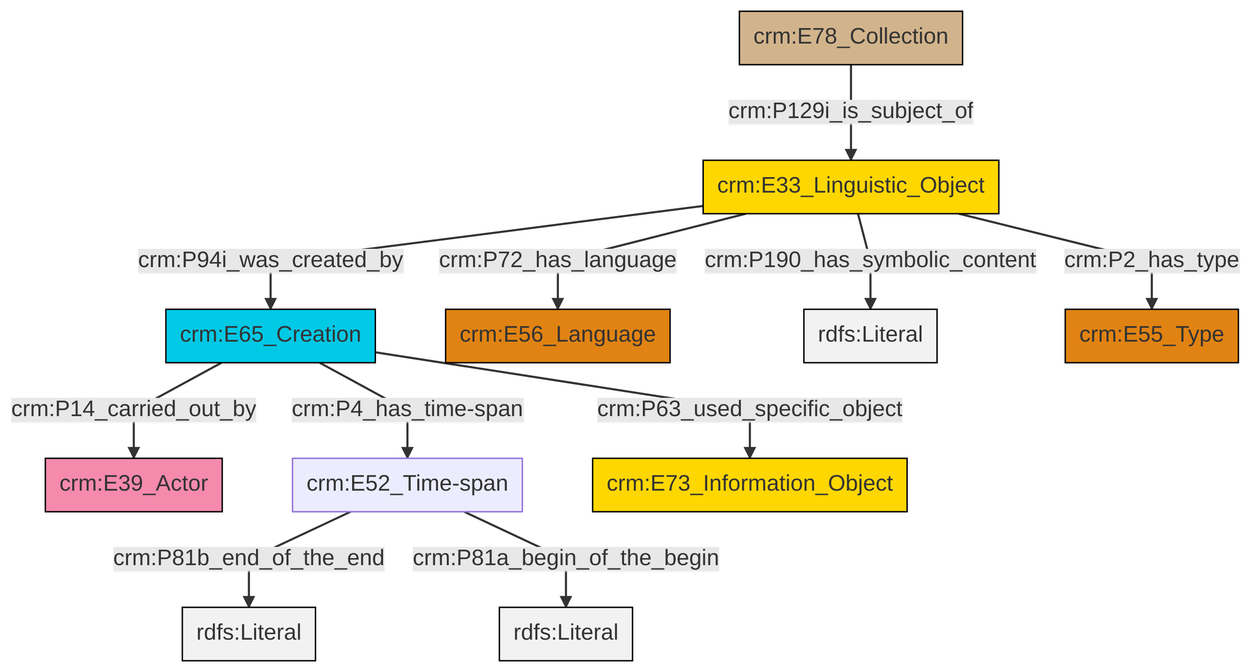
Earlier version of the Mermaid export et/archivalCSV/ttl/mmd/png/archival_desc.png (swiss-art-research-net/docs.swissartresearch). Its source is kept beside it as et/archivalCSV/ttl/mmd/archival_desc.ttl.mmd. The source it was exported from:
```mermaid
graph TD
classDef Literal fill:#f2f2f2,stroke:#000000;
classDef CRM_Entity fill:#FFFFFF,stroke:#000000;
classDef Temporal_Entity fill:#00C9E6, stroke:#000000;
classDef Type fill:#E18312, stroke:#000000;
classDef Time-Span fill:#2C9C91, stroke:#000000;
classDef Appellation fill:#FFEB7F, stroke:#000000;
classDef Place fill:#008836, stroke:#000000;
classDef Persistent_Item fill:#B266B2, stroke:#000000;
classDef Conceptual_Object fill:#FFD700, stroke:#000000;
classDef Physical_Thing fill:#D2B48C, stroke:#000000;
classDef Actor fill:#f58aad, stroke:#000000;
classDef PC_Classes fill:#4ce600, stroke:#000000;
classDef Multi fill:#cccccc,stroke:#000000;

2["crm:E65_Creation"]:::Temporal_Entity -->|crm:P14_carried_out_by| 3["crm:E39_Actor"]:::Actor
0["crm:E33_Linguistic_Object"]:::Conceptual_Object -->|crm:P190_has_symbolic_content| 6[rdfs:Literal]:::Literal
2["crm:E65_Creation"]:::Temporal_Entity -->|crm:P4_has_time-span| 7["crm:E52_Time-span"]:::Default
2["crm:E65_Creation"]:::Temporal_Entity -->|crm:P63_used_specific_object| 8["crm:E73_Information_Object"]:::Conceptual_Object
7["crm:E52_Time-span"]:::Default -->|crm:P81b_end_of_the_end| 11[rdfs:Literal]:::Literal
0["crm:E33_Linguistic_Object"]:::Conceptual_Object -->|crm:P94i_was_created_by| 2["crm:E65_Creation"]:::Temporal_Entity
7["crm:E52_Time-span"]:::Default -->|crm:P81a_begin_of_the_begin| 13[rdfs:Literal]:::Literal
0["crm:E33_Linguistic_Object"]:::Conceptual_Object -->|crm:P2_has_type| 9["crm:E55_Type"]:::Type
0["crm:E33_Linguistic_Object"]:::Conceptual_Object -->|crm:P72_has_language| 4["crm:E56_Language"]:::Type
15["crm:E78_Collection"]:::Physical_Thing -->|crm:P129i_is_subject_of| 0["crm:E33_Linguistic_Object"]:::Conceptual_Object
```
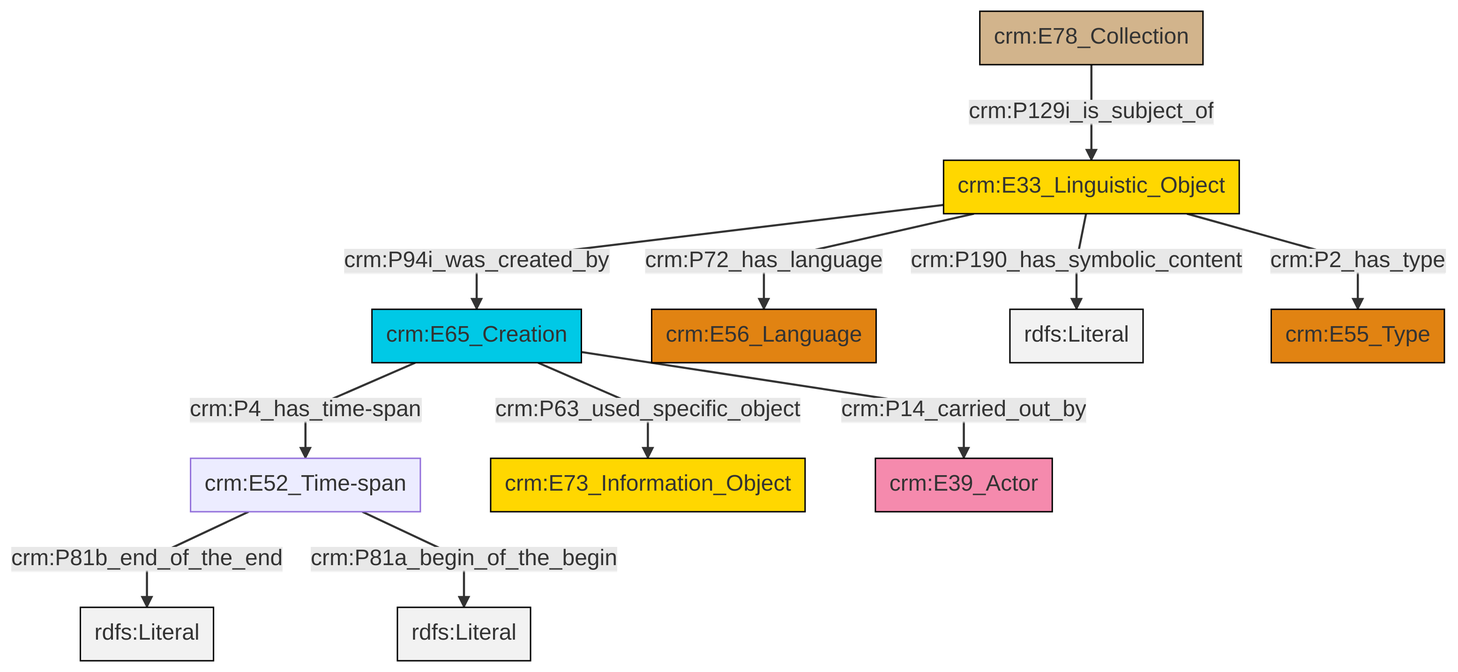
After the commit.

What changed in the source:
```diff
@@ -13,13 +13,13 @@
 classDef PC_Classes fill:#4ce600, stroke:#000000;
 classDef Multi fill:#cccccc,stroke:#000000;
 
-2["crm:E65_Creation"]:::Temporal_Entity -->|crm:P14_carried_out_by| 3["crm:E39_Actor"]:::Actor
-0["crm:E33_Linguistic_Object"]:::Conceptual_Object -->|crm:P190_has_symbolic_content| 6[rdfs:Literal]:::Literal
-2["crm:E65_Creation"]:::Temporal_Entity -->|crm:P4_has_time-span| 7["crm:E52_Time-span"]:::Default
-2["crm:E65_Creation"]:::Temporal_Entity -->|crm:P63_used_specific_object| 8["crm:E73_Information_Object"]:::Conceptual_Object
-7["crm:E52_Time-span"]:::Default -->|crm:P81b_end_of_the_end| 11[rdfs:Literal]:::Literal
-0["crm:E33_Linguistic_Object"]:::Conceptual_Object -->|crm:P94i_was_created_by| 2["crm:E65_Creation"]:::Temporal_Entity
-7["crm:E52_Time-span"]:::Default -->|crm:P81a_begin_of_the_begin| 13[rdfs:Literal]:::Literal
-0["crm:E33_Linguistic_Object"]:::Conceptual_Object -->|crm:P2_has_type| 9["crm:E55_Type"]:::Type
-0["crm:E33_Linguistic_Object"]:::Conceptual_Object -->|crm:P72_has_language| 4["crm:E56_Language"]:::Type
-15["crm:E78_Collection"]:::Physical_Thing -->|crm:P129i_is_subject_of| 0["crm:E33_Linguistic_Object"]:::Conceptual_Object
+0["crm:E52_Time-span"]:::Default -->|crm:P81b_end_of_the_end| 1[rdfs:Literal]:::Literal
+4["crm:E65_Creation"]:::Temporal_Entity -->|crm:P63_used_specific_object| 2["crm:E73_Information_Object"]:::Conceptual_Object
+5["crm:E33_Linguistic_Object"]:::Conceptual_Object -->|crm:P94i_was_created_by| 4["crm:E65_Creation"]:::Temporal_Entity
+5["crm:E33_Linguistic_Object"]:::Conceptual_Object -->|crm:P72_has_language| 7["crm:E56_Language"]:::Type
+5["crm:E33_Linguistic_Object"]:::Conceptual_Object -->|crm:P190_has_symbolic_content| 9[rdfs:Literal]:::Literal
+5["crm:E33_Linguistic_Object"]:::Conceptual_Object -->|crm:P2_has_type| 10["crm:E55_Type"]:::Type
+0["crm:E52_Time-span"]:::Default -->|crm:P81a_begin_of_the_begin| 12[rdfs:Literal]:::Literal
+17["crm:E78_Collection"]:::Physical_Thing -->|crm:P129i_is_subject_of| 5["crm:E33_Linguistic_Object"]:::Conceptual_Object
+4["crm:E65_Creation"]:::Temporal_Entity -->|crm:P14_carried_out_by| 15["crm:E39_Actor"]:::Actor
+4["crm:E65_Creation"]:::Temporal_Entity -->|crm:P4_has_time-span| 0["crm:E52_Time-span"]:::Default
```
